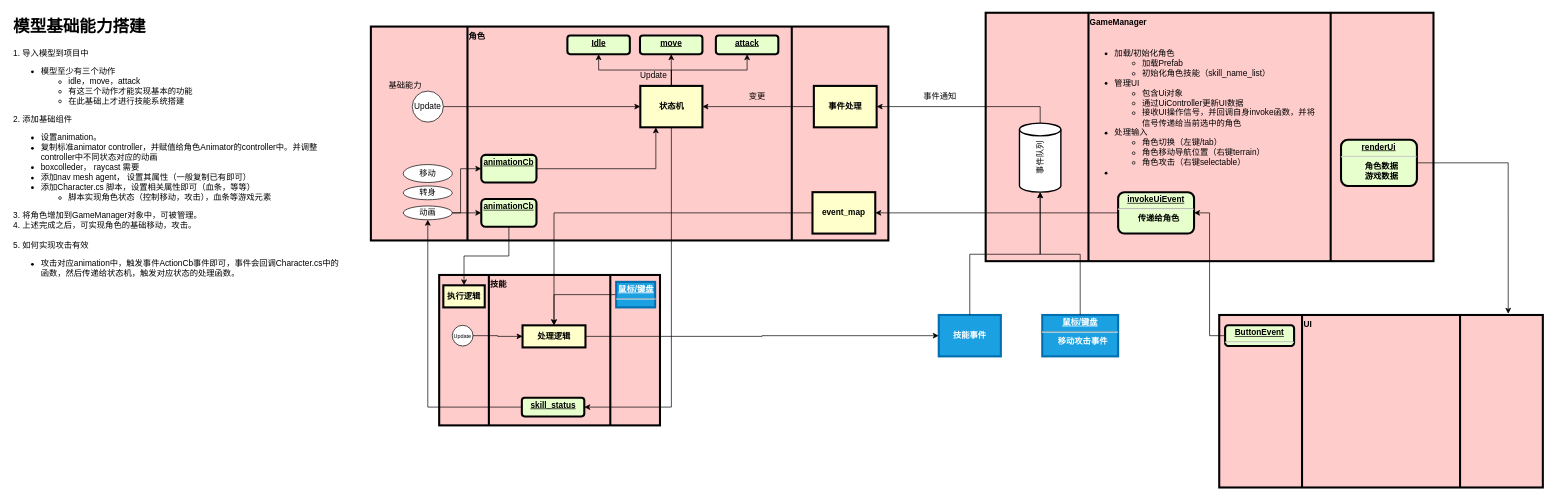
Earlier version of the draw.io diagram game/game_arch.drawio (qiongweirengithub/readme). Source tidied: cells renumbered, new cells numbered last; positions are measured from the earlier drawing's top-left corner, leaving out a move shared by most shapes. Both pictures are drawn from the tidied source at 69%, with x=0, y=0 at pixel (12, 12).
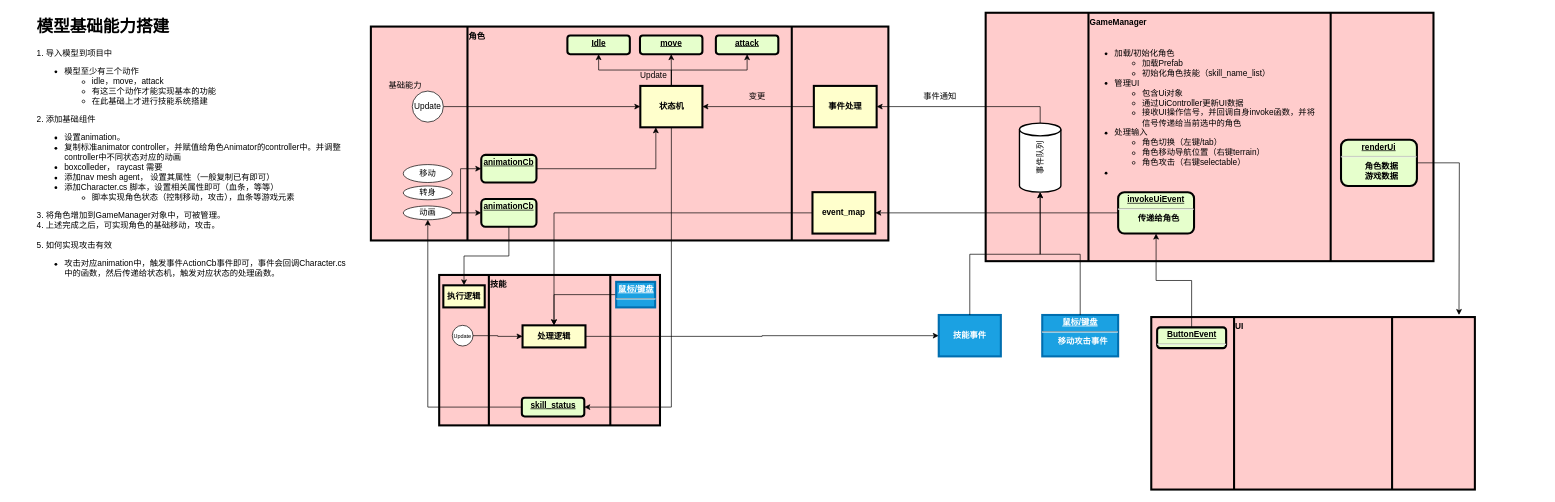
After the change.

Commit message:
增加游戏逻辑图

The change refers to these unchanged cells:
```xml
<mxCell id="5" value="&lt;p style=&quot;margin: 0px; margin-top: 4px; text-align: center; text-decoration: underline;&quot;&gt;&lt;strong&gt;invokeUiEvent&lt;/strong&gt;&lt;/p&gt;&lt;hr&gt;&lt;p style=&quot;margin: 0px; margin-left: 8px;&quot;&gt;传递给角色&lt;/p&gt;" style="verticalAlign=middle;align=center;overflow=fill;fontSize=12;fontFamily=Helvetica;html=1;rounded=1;fontStyle=1;strokeWidth=3;fillColor=#E6FFCC;" parent="1" vertex="1">
  <mxGeometry x="1603" y="260" width="110" height="60" as="geometry" />
</mxCell>
<mxCell id="9" value="&lt;p style=&quot;margin: 0px; margin-top: 4px; text-align: center; text-decoration: underline;&quot;&gt;&lt;strong&gt;renderUi&lt;/strong&gt;&lt;/p&gt;&lt;hr&gt;&lt;p style=&quot;margin: 0px; margin-left: 8px;&quot;&gt;角色数据&lt;/p&gt;&lt;p style=&quot;margin: 0px; margin-left: 8px;&quot;&gt;游戏数据&lt;/p&gt;" style="verticalAlign=middle;align=center;overflow=fill;fontSize=12;fontFamily=Helvetica;html=1;rounded=1;fontStyle=1;strokeWidth=3;fillColor=#E6FFCC;" parent="1" vertex="1">
  <mxGeometry x="1926" y="184" width="110" height="67" as="geometry" />
</mxCell>
```

What changed in the source:
```diff
@@
     <mxCell id="4" value="UI" style="shape=process;whiteSpace=wrap;align=left;verticalAlign=top;size=0.255863539445629;fontStyle=1;strokeWidth=3;fillColor=#FFCCCC;" parent="1" vertex="1">
-      <mxGeometry x="1749.5" y="438" width="469" height="250" as="geometry" />
+      <mxGeometry x="1651" y="441" width="469" height="250" as="geometry" />
     </mxCell>
@@
-    <mxCell id="6" style="edgeStyle=orthogonalEdgeStyle;rounded=0;jettySize=auto;html=1;exitX=0;exitY=0.5;exitDx=0;exitDy=0;entryX=1;entryY=0.5;entryDx=0;entryDy=0;" parent="1" edge="1" source="7" target="5">
+    <mxCell id="6" style="edgeStyle=orthogonalEdgeStyle;rounded=0;jettySize=auto;html=1;exitX=0.5;exitY=0;exitDx=0;exitDy=0;entryX=0.5;entryY=1;entryDx=0;entryDy=0;" parent="1" edge="1" source="7" target="5">
       <mxGeometry relative="1" as="geometry" />
     </mxCell>
     <mxCell id="7" value="&lt;p style=&quot;margin: 0px; margin-top: 4px; text-align: center; text-decoration: underline;&quot;&gt;&lt;strong&gt;ButtonEvent&lt;/strong&gt;&lt;/p&gt;&lt;hr&gt;&lt;p style=&quot;margin: 0px; margin-left: 8px;&quot;&gt;&lt;br&gt;&lt;/p&gt;" style="verticalAlign=middle;align=center;overflow=fill;fontSize=12;fontFamily=Helvetica;html=1;rounded=1;fontStyle=1;strokeWidth=3;fillColor=#E6FFCC;" parent="1" vertex="1">
-      <mxGeometry x="1758" y="453" width="100" height="30" as="geometry" />
+      <mxGeometry x="1659.5" y="456" width="100" height="30" as="geometry" />
     </mxCell>
-    <mxCell id="8" style="edgeStyle=orthogonalEdgeStyle;rounded=0;jettySize=auto;html=1;exitX=1;exitY=0.5;exitDx=0;exitDy=0;entryX=0.893;entryY=-0.007;entryDx=0;entryDy=0;entryPerimeter=0;" parent="1" edge="1" source="9" target="4">
-      <mxGeometry relative="1" as="geometry" />
+    <mxCell id="8" style="edgeStyle=orthogonalEdgeStyle;rounded=0;jettySize=auto;html=1;exitX=1;exitY=0.5;exitDx=0;exitDy=0;" parent="1" edge="1" source="9">
+      <mxGeometry relative="1" as="geometry">
+        <mxPoint x="2097" y="438" as="targetPoint" />
+      </mxGeometry>
     </mxCell>
@@
     <mxCell id="53" value="&lt;h1 style=&quot;margin-top: 0px;&quot;&gt;模型基础能力搭建&lt;/h1&gt;&lt;p&gt;1. 导入模型到项目中&lt;/p&gt;&lt;p&gt;&lt;/p&gt;&lt;ul&gt;&lt;li&gt;模型至少有三个动作&lt;/li&gt;&lt;ul&gt;&lt;li&gt;idle，move，attack&lt;/li&gt;&lt;li&gt;有这三个动作才能实现基本的功能&lt;/li&gt;&lt;li&gt;在此基础上才进行技能系统搭建&lt;/li&gt;&lt;/ul&gt;&lt;/ul&gt;&lt;p&gt;&lt;/p&gt;&lt;p&gt;2. 添加基础组件&lt;/p&gt;&lt;p&gt;&lt;/p&gt;&lt;ul&gt;&lt;li&gt;设置animation。&lt;/li&gt;&lt;li&gt;复制标准animator controller，并赋值给角色Animator的controller中。并调整controller中不同状态对应的动画&lt;/li&gt;&lt;li&gt;boxcolleder， raycast 需要&lt;/li&gt;&lt;li&gt;添加nav mesh agent， 设置其属性（一般复制已有即可）&lt;/li&gt;&lt;li&gt;添加Character.cs 脚本，设置相关属性即可（血条，等等）&lt;/li&gt;&lt;ul&gt;&lt;li&gt;脚本实现角色状态（控制移动，攻击），血条等游戏元素&lt;/li&gt;&lt;/ul&gt;&lt;/ul&gt;&lt;div&gt;3. 将角色增加到GameManager对象中，可被管理。&lt;/div&gt;&lt;div&gt;4. 上述完成之后，可实现角色的基础移动，攻击。&lt;/div&gt;&lt;div&gt;&lt;br&gt;&lt;/div&gt;&lt;div&gt;5. 如何实现攻击有效&lt;/div&gt;&lt;div&gt;&lt;ul&gt;&lt;li&gt;攻击对应animation中，触发事件ActionCb事件即可，事件会回调Character.cs中的函数，然后传递给状态机，触发对应状态的处理函数。&lt;/li&gt;&lt;/ul&gt;&lt;/div&gt;&lt;div&gt;&lt;br&gt;&lt;/div&gt;&lt;p&gt;&lt;/p&gt;" style="text;html=1;whiteSpace=wrap;overflow=hidden;rounded=0;" parent="1" vertex="1">
-      <mxGeometry width="480" height="409" as="geometry" />
+      <mxGeometry x="34" width="455" height="409" as="geometry" />
     </mxCell>
```
